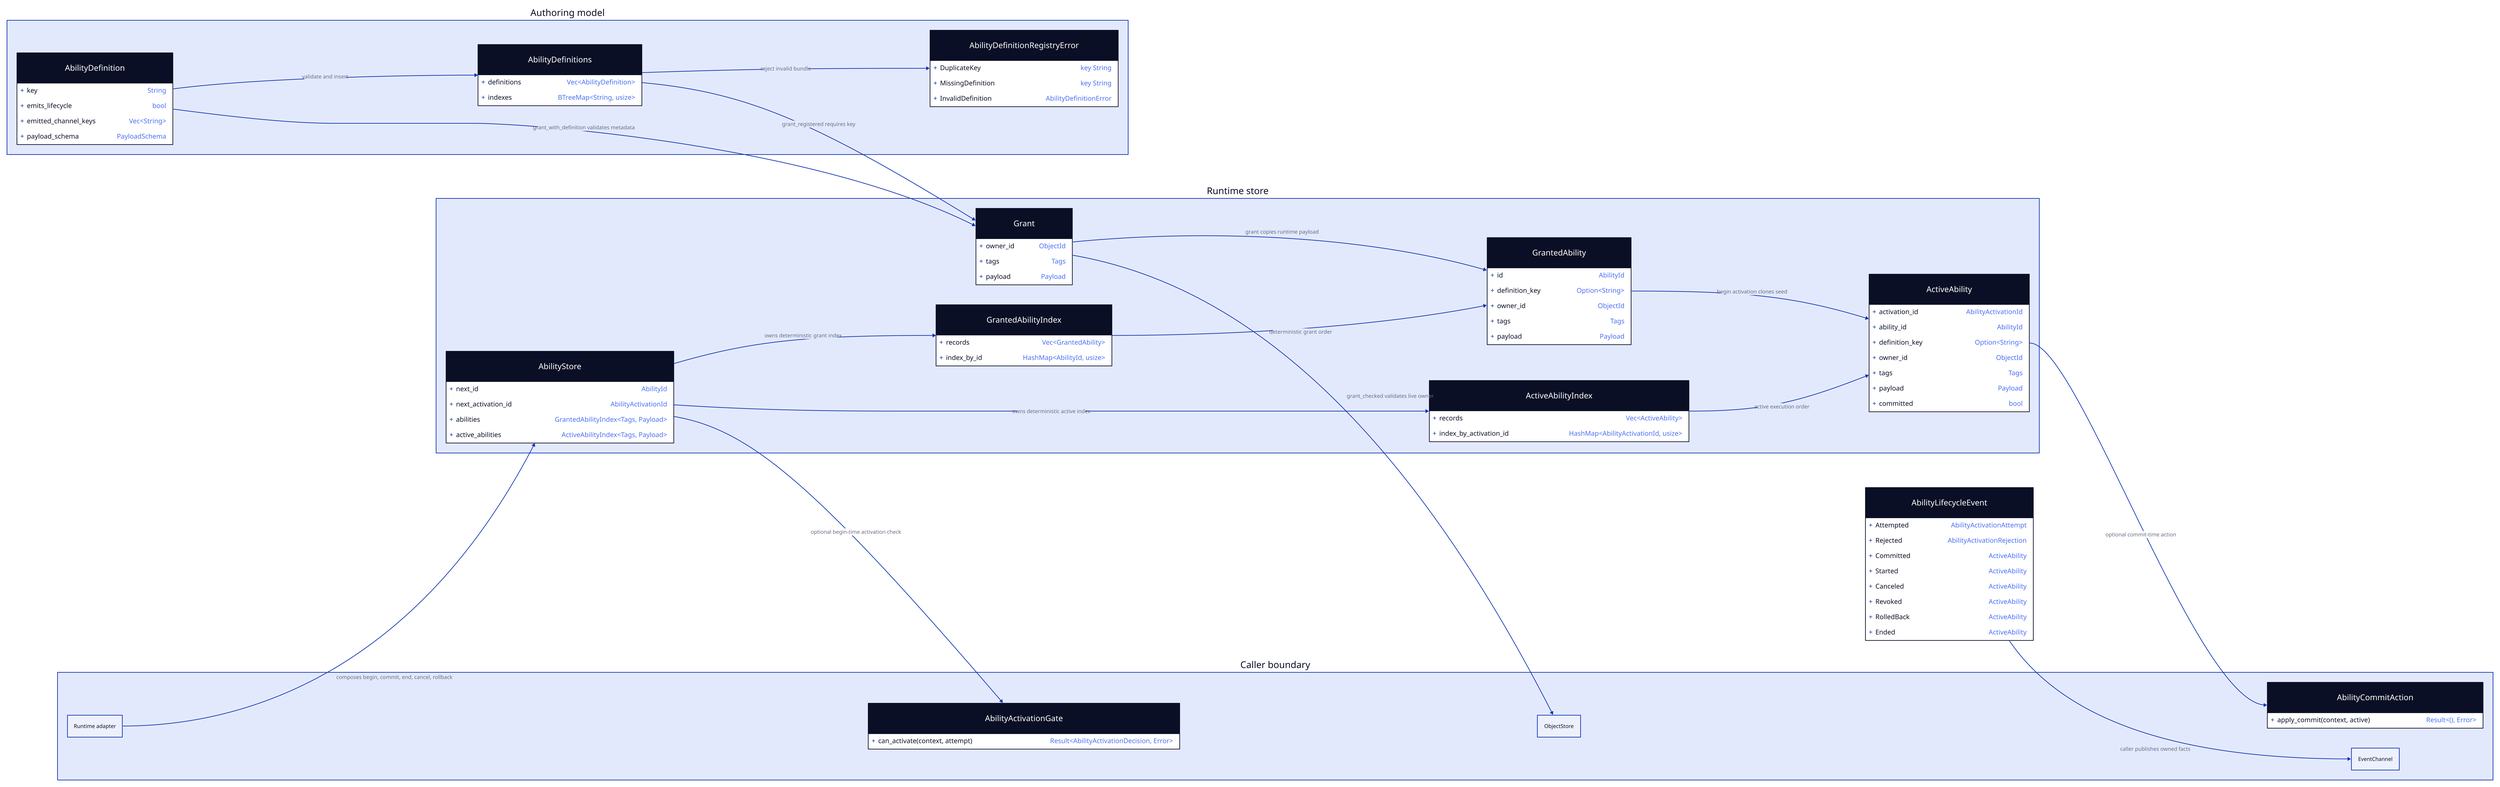
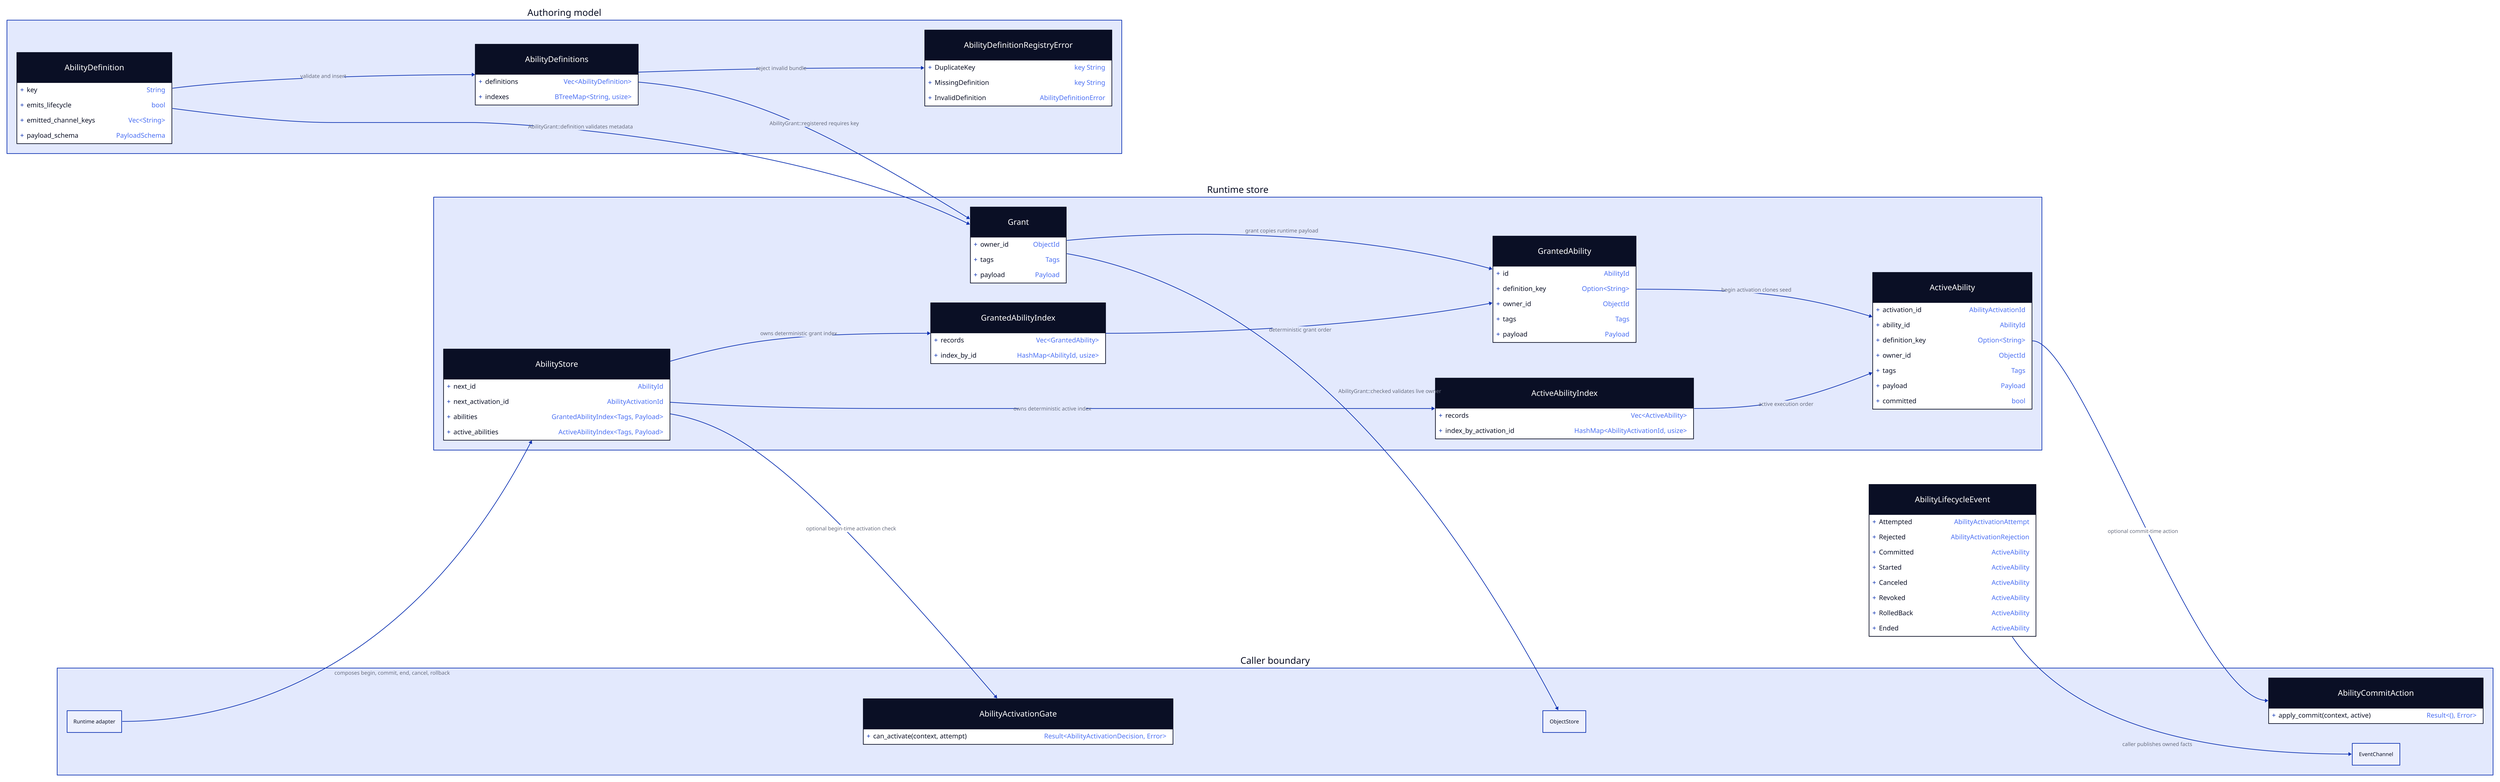
# Ability system static model.

vars: {
  d2-config: {
    layout-engine: elk
    pad: 20
    theme-id: 200
  }
}

direction: right

classes: {
  artifact: {
    shape: class
  }
  collection: {
    shape: cylinder
  }
  boundary
  metadata: {
    shape: class
  }
}

authoring: Authoring model {
  definition: AbilityDefinition {
    key: String
    emits_lifecycle: bool
    emitted_channel_keys: "Vec<String>"
    payload_schema: PayloadSchema
  }
  definition.class: artifact

  definitions: AbilityDefinitions {
    shape: class
    definitions: "Vec<AbilityDefinition>"
    indexes: "BTreeMap<String, usize>"
  }
  definitions.class: artifact

  registry_errors: AbilityDefinitionRegistryError {
    DuplicateKey: "key String"
    MissingDefinition: "key String"
    InvalidDefinition: AbilityDefinitionError
  }
  registry_errors.class: metadata

  definition -> definitions: validate and insert
  definitions -> registry_errors: reject invalid bundle
}

runtime: Runtime store {
  grant_input: Grant {
    owner_id: ObjectId
    tags: Tags
    payload: Payload
  }
  grant_input.class: artifact

  granted: GrantedAbility {
    id: AbilityId
    definition_key: "Option<String>"
    owner_id: ObjectId
    tags: Tags
    payload: Payload
  }
  granted.class: artifact

  active: ActiveAbility {
    activation_id: AbilityActivationId
    ability_id: AbilityId
    definition_key: "Option<String>"
    owner_id: ObjectId
    tags: Tags
    payload: Payload
    committed: bool
  }
  active.class: artifact

  store: AbilityStore {
    shape: class
    next_id: AbilityId
    next_activation_id: AbilityActivationId
    abilities: "GrantedAbilityIndex<Tags, Payload>"
    active_abilities: "ActiveAbilityIndex<Tags, Payload>"
  }
  store.class: artifact

  grant_index: GrantedAbilityIndex {
    shape: class
    records: "Vec<GrantedAbility>"
    index_by_id: "HashMap<AbilityId, usize>"
  }
  grant_index.class: artifact

  active_index: ActiveAbilityIndex {
    shape: class
    records: "Vec<ActiveAbility>"
    index_by_activation_id: "HashMap<AbilityActivationId, usize>"
  }
  active_index.class: artifact

  grant_input -> granted: grant copies runtime payload
  granted -> active: begin activation clones seed
  store -> grant_index: owns deterministic grant index
  store -> active_index: owns deterministic active index
  grant_index -> granted: deterministic grant order
  active_index -> active: active execution order
}

caller: Caller boundary {
  objects: ObjectStore
  objects.class: boundary

  gate: AbilityActivationGate {
    shape: class
    can_activate(context, attempt): "Result<AbilityActivationDecision, Error>"
  }
  gate.class: artifact

  commit_action: AbilityCommitAction {
    shape: class
    apply_commit(context, active): "Result<(), Error>"
  }
  commit_action.class: artifact

  runtime: Runtime adapter
  runtime.class: boundary

  channel: EventChannel
  channel.class: boundary
}

events: AbilityLifecycleEvent {
  shape: class
  Attempted: AbilityActivationAttempt
  Rejected: AbilityActivationRejection
  Committed: ActiveAbility
  Started: ActiveAbility
  Canceled: ActiveAbility
  Revoked: ActiveAbility
  RolledBack: ActiveAbility
  Ended: ActiveAbility
}
events.class: artifact

- authoring.definition -> runtime.grant_input: grant_with_definition validates metadata
- authoring.definitions -> runtime.grant_input: grant_registered requires key
- runtime.grant_input -> caller.objects: grant_checked validates live owner
+ authoring.definition -> runtime.grant_input: AbilityGrant::definition validates metadata
+ authoring.definitions -> runtime.grant_input: AbilityGrant::registered requires key
+ runtime.grant_input -> caller.objects: AbilityGrant::checked validates live owner
runtime.store -> caller.gate: optional begin-time activation check
runtime.active -> caller.commit_action: optional commit-time action
caller.runtime -> runtime.store: composes begin, commit, end, cancel, rollback
events -> caller.channel: caller publishes owned facts
